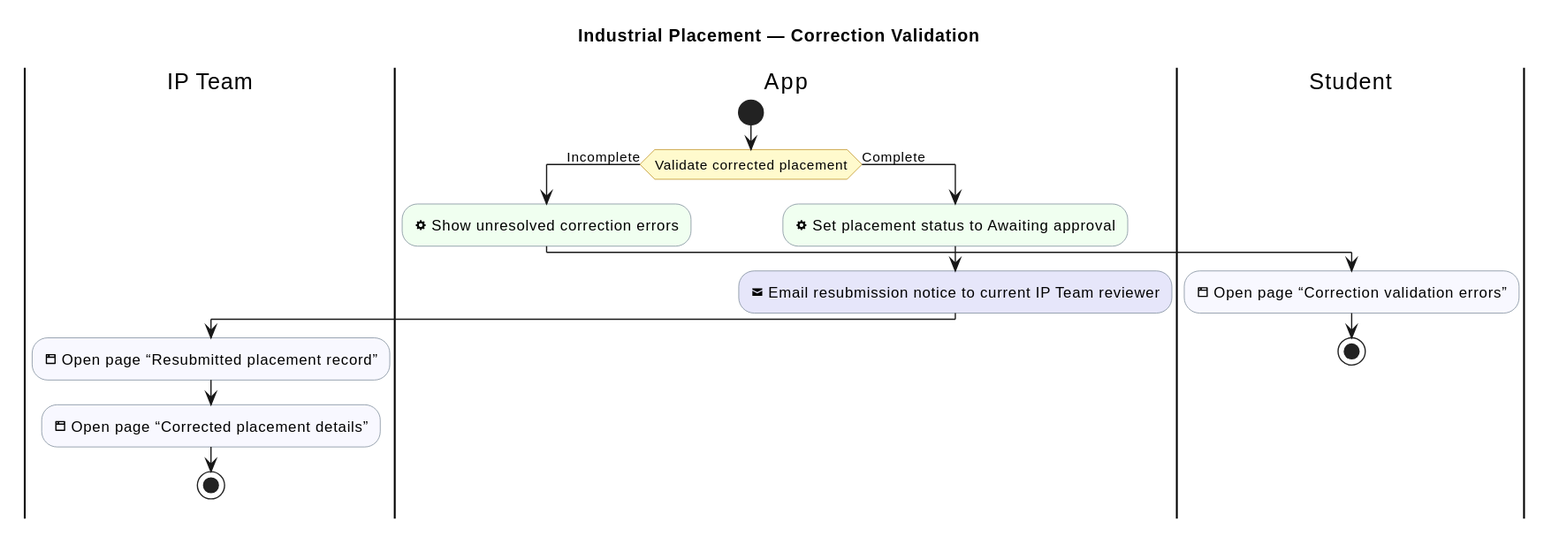
Above: industrial-placement-group-project/diagrams/industrial-placement/correction-validation.svg in sdflkjssl/sdflkjssl.github.io (PlantUML), before the change.
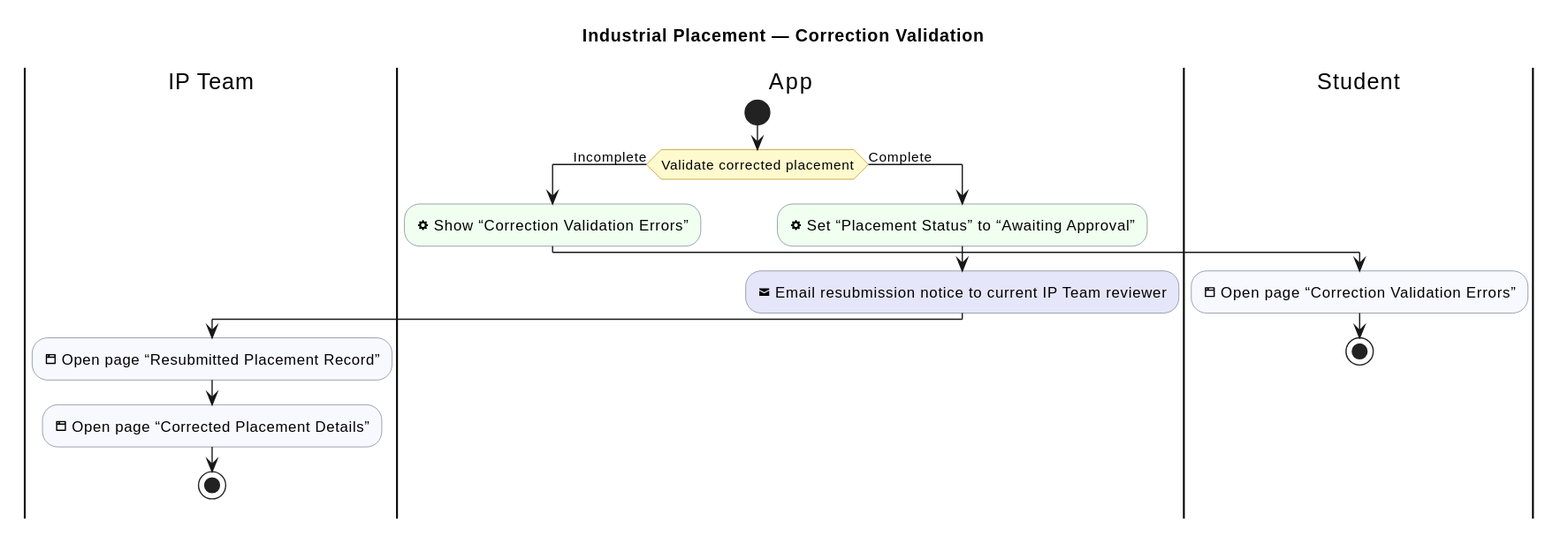
After the commit.

What changed in the source:
```diff
@@ -14,17 +14,17 @@
 |App|
 start
 if (Validate corrected placement) then (Incomplete)
-  :<&cog> Show unresolved correction errors; <<#HoneyDew>>
+  :<&cog> Show “Correction Validation Errors”; <<#HoneyDew>>
   |Student|
-  :<&browser> Open page “Correction validation errors”; <<#GhostWhite>>
+  :<&browser> Open page “Correction Validation Errors”; <<#GhostWhite>>
   stop
 else (Complete)
   |App|
-  :<&cog> Set placement status to Awaiting approval; <<#HoneyDew>>
+  :<&cog> Set “Placement Status” to “Awaiting Approval”; <<#HoneyDew>>
   :<&envelope-closed> Email resubmission notice to current IP Team reviewer; <<#Lavender>>
   |IP Team|
-  :<&browser> Open page “Resubmitted placement record”; <<#GhostWhite>>
-  :<&browser> Open page “Corrected placement details”; <<#GhostWhite>>
+  :<&browser> Open page “Resubmitted Placement Record”; <<#GhostWhite>>
+  :<&browser> Open page “Corrected Placement Details”; <<#GhostWhite>>
   stop
 endif
 @enduml
```
